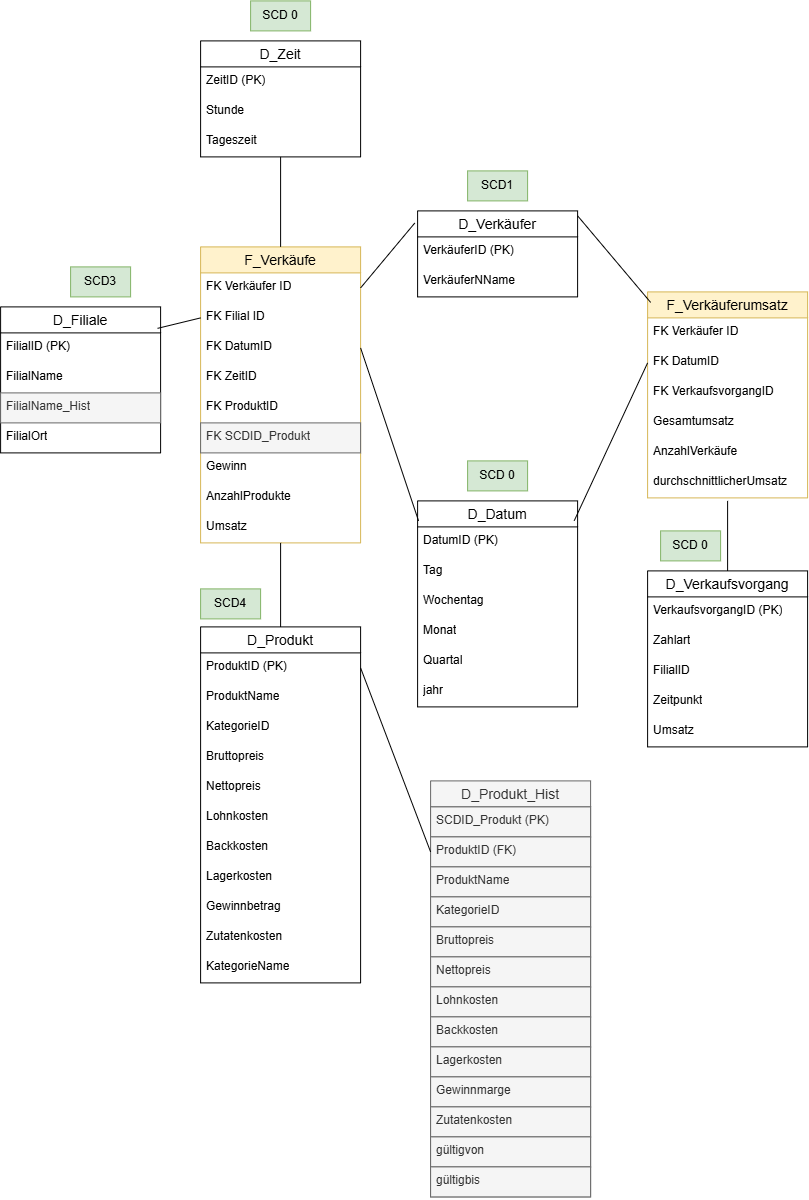
Before: Präsentation/Galaxyschema_BrotZeit_mitSCD.png, a diagram exported from draw.io (Thoerchen/BackZeit). Source tidied: cells renumbered, new cells last; positions are measured from the earlier drawing's top-left corner, leaving out a move shared by most shapes.
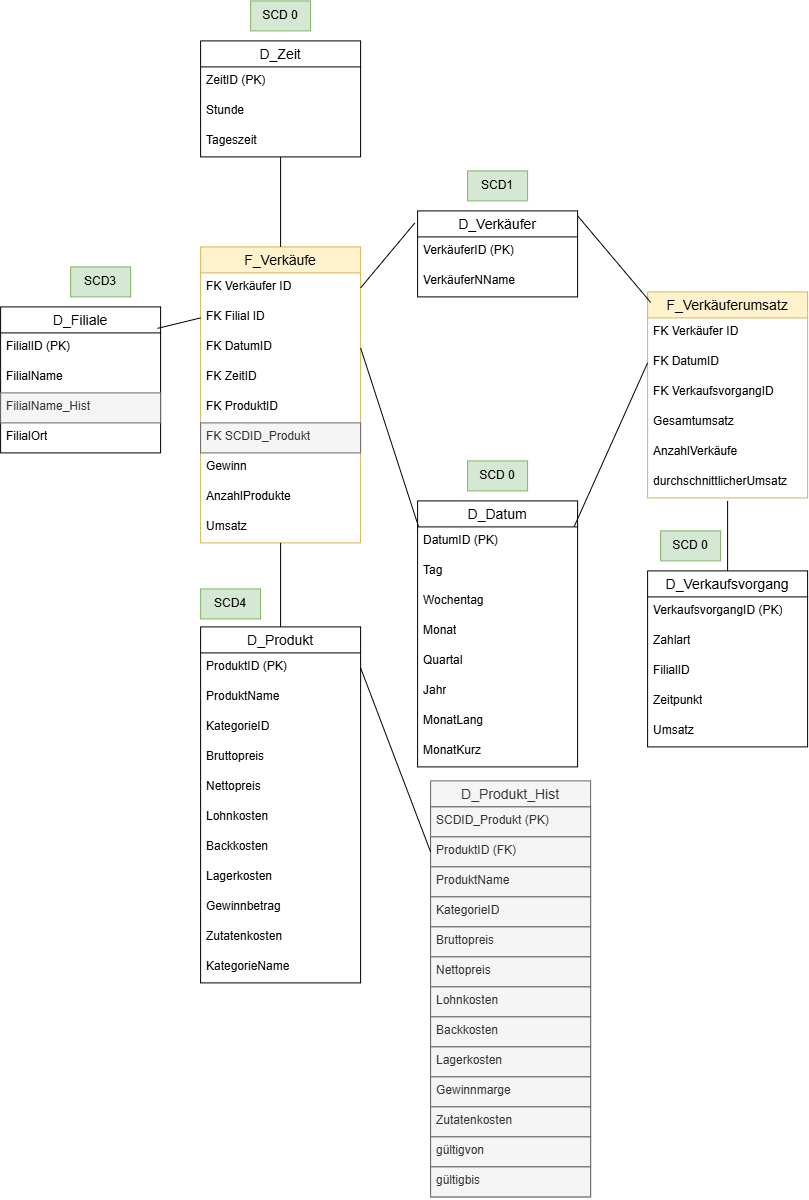
After the commit.

Change to the diagram source:
```diff
@@ -57,7 +57,7 @@
       <mxGeometry y="116" width="160" height="30" as="geometry" />
     </mxCell>
     <mxCell id="20" value="D_Datum" style="swimlane;fontStyle=0;horizontal=1;startSize=26;align=center;fontSize=14;" parent="1" vertex="1">
-      <mxGeometry x="417" y="500" width="160" height="206" as="geometry" />
+      <mxGeometry x="417" y="500" width="160" height="266" as="geometry" />
     </mxCell>
     <mxCell id="21" value="DatumID (PK)" style="text;strokeColor=none;fillColor=none;spacingLeft=4;spacingRight=4;overflow=hidden;fontSize=12;whiteSpace=wrap;html=1;" parent="20" vertex="1">
       <mxGeometry y="26" width="160" height="30" as="geometry" />
@@ -74,9 +74,15 @@
     <mxCell id="25" value="Quartal" style="text;strokeColor=none;fillColor=none;spacingLeft=4;spacingRight=4;overflow=hidden;fontSize=12;whiteSpace=wrap;html=1;" parent="20" vertex="1">
       <mxGeometry y="146" width="160" height="30" as="geometry" />
     </mxCell>
-    <mxCell id="26" value="jahr" style="text;strokeColor=none;fillColor=none;spacingLeft=4;spacingRight=4;overflow=hidden;fontSize=12;whiteSpace=wrap;html=1;" parent="20" vertex="1">
+    <mxCell id="26" value="Jahr" style="text;strokeColor=none;fillColor=none;spacingLeft=4;spacingRight=4;overflow=hidden;fontSize=12;whiteSpace=wrap;html=1;" parent="20" vertex="1">
       <mxGeometry y="176" width="160" height="30" as="geometry" />
     </mxCell>
+    <mxCell id="85" value="MonatLang" style="text;strokeColor=none;fillColor=none;spacingLeft=4;spacingRight=4;overflow=hidden;fontSize=12;whiteSpace=wrap;html=1;" parent="20" vertex="1">
+      <mxGeometry y="206" width="160" height="30" as="geometry" />
+    </mxCell>
+    <mxCell id="86" value="MonatKurz" style="text;strokeColor=none;fillColor=none;spacingLeft=4;spacingRight=4;overflow=hidden;fontSize=12;whiteSpace=wrap;html=1;" parent="20" vertex="1">
+      <mxGeometry y="236" width="160" height="30" as="geometry" />
+    </mxCell>
     <mxCell id="27" value="D_Zeit" style="swimlane;fontStyle=0;horizontal=1;startSize=26;align=center;fontSize=14;" parent="1" vertex="1">
       <mxGeometry x="200" y="40" width="160" height="116" as="geometry" />
     </mxCell>
```
